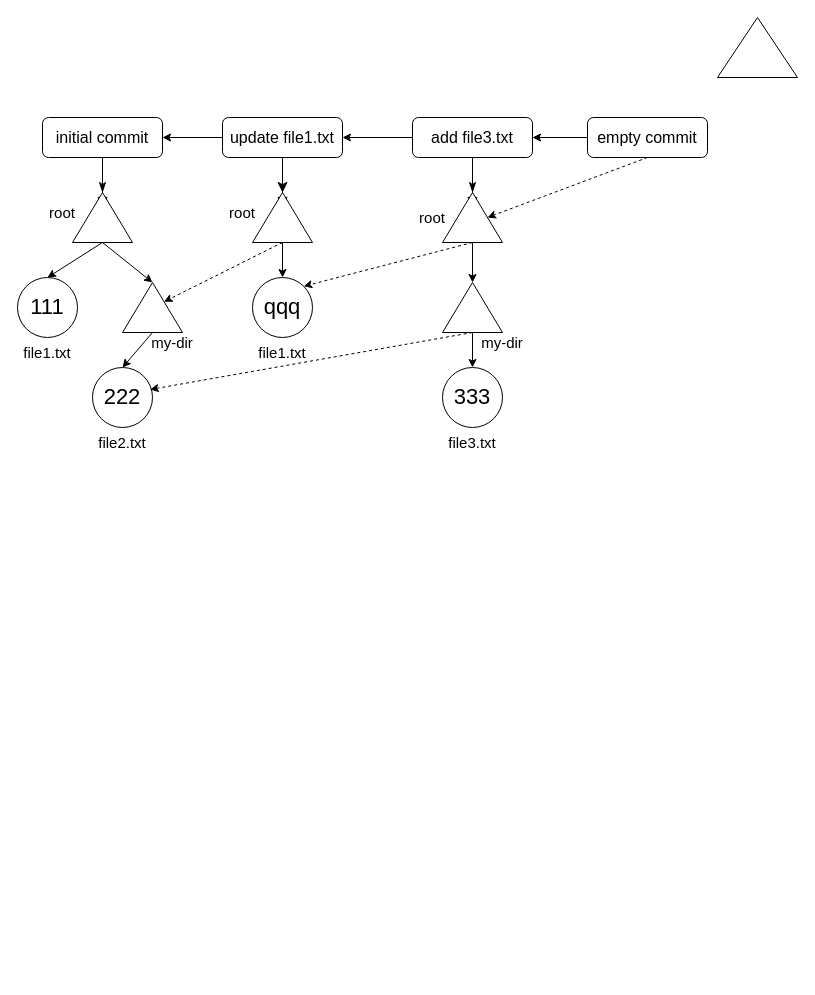
mk-sdev/express-api keeps this draw.io diagram as Diagram bez tytułu.drawio. Above is the earlier version. Source tidied: cells renumbered, new cells numbered last; positions are measured from the earlier drawing's top-left corner, leaving out a move shared by most shapes. Both pictures are drawn from the tidied source at 100%, with x=0, y=0 at pixel (17, 7).
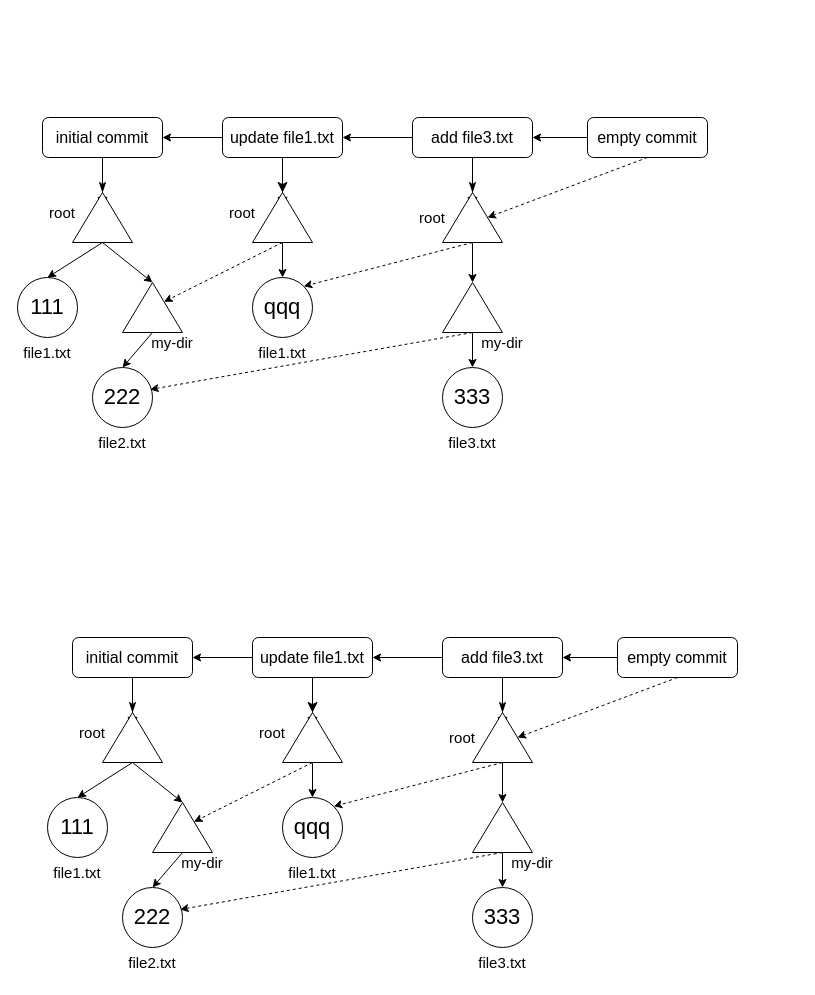
The same page after the edit.

Diff of the diagram source:
```diff
@@
-    <mxCell id="4" style="triangle;whiteSpace=wrap;html=1;rotation=-90;" parent="1" vertex="1">
-      <mxGeometry x="710" width="60" height="80" as="geometry" />
-    </mxCell>
@@
+    <mxCell id="44" style="rounded=0;html=1;jettySize=auto;fontSize=11;endArrow=block;endFill=0;endSize=8;strokeWidth=1;shadow=0;labelBackgroundColor=none;edgeStyle=orthogonalEdgeStyle;" parent="1" edge="1" source="51">
+      <mxGeometry relative="1" as="geometry">
+        <mxPoint x="115" y="720" as="targetPoint" />
+      </mxGeometry>
+    </mxCell>
+    <mxCell id="45" value="&lt;font style=&quot;font-size: 16px;&quot;&gt;initial commit&lt;/font&gt;" style="rounded=1;whiteSpace=wrap;html=1;fontSize=12;glass=0;strokeWidth=1;shadow=0;" parent="1" vertex="1">
+      <mxGeometry x="55" y="630" width="120" height="40" as="geometry" />
+    </mxCell>
+    <mxCell id="46" value="&lt;font style=&quot;font-size: 22px;&quot;&gt;111&lt;/font&gt;" style="ellipse;whiteSpace=wrap;html=1;" parent="1" vertex="1">
+      <mxGeometry x="30" y="790" width="60" height="60" as="geometry" />
+    </mxCell>
+    <mxCell id="47" style="endArrow=classic;html=1;rounded=0;exitX=0;exitY=0.5;exitDx=0;exitDy=0;entryX=0.5;entryY=0;entryDx=0;entryDy=0;" parent="1" edge="1" source="51" target="46">
+      <mxGeometry relative="1" as="geometry" />
+    </mxCell>
+    <mxCell id="48" style="triangle;whiteSpace=wrap;html=1;rotation=-90;" parent="1" vertex="1">
+      <mxGeometry x="140" y="790" width="50" height="60" as="geometry" />
+    </mxCell>
+    <mxCell id="49" value="&lt;font style=&quot;font-size: 22px;&quot;&gt;222&lt;/font&gt;" style="ellipse;whiteSpace=wrap;html=1;" parent="1" vertex="1">
+      <mxGeometry x="105" y="880" width="60" height="60" as="geometry" />
+    </mxCell>
+    <mxCell id="50" style="rounded=0;html=1;jettySize=auto;fontSize=11;endArrow=classicThin;endFill=1;endSize=8;strokeWidth=1;shadow=0;labelBackgroundColor=none;edgeStyle=orthogonalEdgeStyle;" parent="1" edge="1" source="45" target="51">
+      <mxGeometry relative="1" as="geometry" />
+    </mxCell>
+    <mxCell id="51" style="triangle;whiteSpace=wrap;html=1;rotation=-90;" parent="1" vertex="1">
+      <mxGeometry x="90" y="700" width="50" height="60" as="geometry" />
+    </mxCell>
+    <mxCell id="52" style="rounded=0;html=1;jettySize=auto;fontSize=11;endArrow=block;endFill=0;endSize=8;strokeWidth=1;shadow=0;labelBackgroundColor=none;edgeStyle=orthogonalEdgeStyle;" parent="1" edge="1" source="55">
+      <mxGeometry relative="1" as="geometry">
+        <mxPoint x="295" y="720" as="targetPoint" />
+      </mxGeometry>
+    </mxCell>
+    <mxCell id="53" value="&lt;font style=&quot;font-size: 16px;&quot;&gt;update file1.txt&lt;/font&gt;" style="rounded=1;whiteSpace=wrap;html=1;fontSize=12;glass=0;strokeWidth=1;shadow=0;" parent="1" vertex="1">
+      <mxGeometry x="235" y="630" width="120" height="40" as="geometry" />
+    </mxCell>
+    <mxCell id="54" style="rounded=0;html=1;jettySize=auto;fontSize=11;endArrow=classic;endFill=1;endSize=8;strokeWidth=1;shadow=0;labelBackgroundColor=none;edgeStyle=orthogonalEdgeStyle;" parent="1" edge="1" source="53" target="55">
+      <mxGeometry relative="1" as="geometry" />
+    </mxCell>
+    <mxCell id="55" style="triangle;whiteSpace=wrap;html=1;rotation=-90;" parent="1" vertex="1">
+      <mxGeometry x="270" y="700" width="50" height="60" as="geometry" />
+    </mxCell>
+    <mxCell id="56" value="&lt;font style=&quot;font-size: 22px;&quot;&gt;qqq&lt;/font&gt;" style="ellipse;whiteSpace=wrap;html=1;" parent="1" vertex="1">
+      <mxGeometry x="265" y="790" width="60" height="60" as="geometry" />
+    </mxCell>
+    <mxCell id="57" style="rounded=0;html=1;jettySize=auto;fontSize=11;endArrow=block;endFill=0;endSize=8;strokeWidth=1;shadow=0;labelBackgroundColor=none;edgeStyle=orthogonalEdgeStyle;" parent="1" edge="1" source="60">
+      <mxGeometry relative="1" as="geometry">
+        <mxPoint x="485" y="720" as="targetPoint" />
+      </mxGeometry>
+    </mxCell>
+    <mxCell id="58" value="&lt;font style=&quot;font-size: 16px;&quot;&gt;add file3.txt&lt;/font&gt;" style="rounded=1;whiteSpace=wrap;html=1;fontSize=12;glass=0;strokeWidth=1;shadow=0;" parent="1" vertex="1">
+      <mxGeometry x="425" y="630" width="120" height="40" as="geometry" />
+    </mxCell>
+    <mxCell id="59" style="rounded=0;html=1;jettySize=auto;fontSize=11;endArrow=classicThin;endFill=1;endSize=8;strokeWidth=1;shadow=0;labelBackgroundColor=none;edgeStyle=orthogonalEdgeStyle;" parent="1" edge="1" source="58" target="60">
+      <mxGeometry relative="1" as="geometry" />
+    </mxCell>
+    <mxCell id="60" style="triangle;whiteSpace=wrap;html=1;rotation=-90;" parent="1" vertex="1">
+      <mxGeometry x="460" y="700" width="50" height="60" as="geometry" />
+    </mxCell>
+    <mxCell id="61" style="triangle;whiteSpace=wrap;html=1;rotation=-90;" parent="1" vertex="1">
+      <mxGeometry x="460" y="790" width="50" height="60" as="geometry" />
+    </mxCell>
+    <mxCell id="62" value="&lt;span style=&quot;font-size: 22px;&quot;&gt;333&lt;/span&gt;" style="ellipse;whiteSpace=wrap;html=1;" parent="1" vertex="1">
+      <mxGeometry x="455" y="880" width="60" height="60" as="geometry" />
+    </mxCell>
+    <mxCell id="63" style="endArrow=classic;html=1;rounded=0;exitX=0;exitY=0.5;exitDx=0;exitDy=0;entryX=1;entryY=0.5;entryDx=0;entryDy=0;" parent="1" edge="1" source="53" target="45">
+      <mxGeometry relative="1" as="geometry" />
+    </mxCell>
+    <mxCell id="64" style="endArrow=classic;html=1;rounded=0;exitX=0;exitY=0.5;exitDx=0;exitDy=0;entryX=1;entryY=0.5;entryDx=0;entryDy=0;" parent="1" edge="1" source="58" target="53">
+      <mxGeometry relative="1" as="geometry" />
+    </mxCell>
+    <mxCell id="65" style="endArrow=classic;html=1;rounded=0;exitX=0;exitY=0.5;exitDx=0;exitDy=0;entryX=1;entryY=0.5;entryDx=0;entryDy=0;" parent="1" edge="1" source="51" target="48">
+      <mxGeometry relative="1" as="geometry" />
+    </mxCell>
+    <mxCell id="66" style="endArrow=classic;html=1;rounded=0;exitX=0;exitY=0.5;exitDx=0;exitDy=0;entryX=0.5;entryY=0;entryDx=0;entryDy=0;" parent="1" edge="1" source="48" target="49">
+      <mxGeometry relative="1" as="geometry" />
+    </mxCell>
+    <mxCell id="67" style="endArrow=classic;html=1;rounded=0;exitX=0;exitY=0.5;exitDx=0;exitDy=0;entryX=0.5;entryY=0;entryDx=0;entryDy=0;" parent="1" edge="1" source="55" target="56">
+      <mxGeometry relative="1" as="geometry" />
+    </mxCell>
+    <mxCell id="68" style="endArrow=classic;html=1;rounded=0;exitX=0;exitY=0.5;exitDx=0;exitDy=0;entryX=1;entryY=0.5;entryDx=0;entryDy=0;" parent="1" edge="1" source="60" target="61">
+      <mxGeometry relative="1" as="geometry" />
+    </mxCell>
+    <mxCell id="69" style="endArrow=classic;html=1;rounded=0;entryX=0.5;entryY=0;entryDx=0;entryDy=0;exitX=0;exitY=0.5;exitDx=0;exitDy=0;" parent="1" edge="1" source="61" target="62">
+      <mxGeometry relative="1" as="geometry" />
+    </mxCell>
+    <mxCell id="70" style="endArrow=classic;html=1;rounded=0;exitX=0;exitY=0.5;exitDx=0;exitDy=0;dashed=1;" parent="1" edge="1" source="55" target="48">
+      <mxGeometry relative="1" as="geometry" />
+    </mxCell>
+    <mxCell id="71" style="endArrow=classic;html=1;rounded=0;exitX=0;exitY=0.5;exitDx=0;exitDy=0;entryX=1;entryY=0;entryDx=0;entryDy=0;dashed=1;" parent="1" edge="1" source="60" target="56">
+      <mxGeometry relative="1" as="geometry" />
+    </mxCell>
+    <mxCell id="72" style="endArrow=classic;html=1;rounded=0;entryX=0.96;entryY=0.367;entryDx=0;entryDy=0;entryPerimeter=0;dashed=1;exitX=0;exitY=0.5;exitDx=0;exitDy=0;" parent="1" edge="1" source="61" target="49">
+      <mxGeometry relative="1" as="geometry" />
+    </mxCell>
+    <mxCell id="73" value="&lt;font style=&quot;font-size: 16px;&quot;&gt;empty commit&lt;/font&gt;" style="rounded=1;whiteSpace=wrap;html=1;fontSize=12;glass=0;strokeWidth=1;shadow=0;" parent="1" vertex="1">
+      <mxGeometry x="600" y="630" width="120" height="40" as="geometry" />
+    </mxCell>
+    <mxCell id="74" style="endArrow=classic;html=1;rounded=0;entryX=1;entryY=0.5;entryDx=0;entryDy=0;exitX=0;exitY=0.5;exitDx=0;exitDy=0;" parent="1" edge="1" source="73" target="58">
+      <mxGeometry relative="1" as="geometry" />
+    </mxCell>
+    <mxCell id="75" style="endArrow=classic;html=1;rounded=0;exitX=0.5;exitY=1;exitDx=0;exitDy=0;entryX=0.5;entryY=1;entryDx=0;entryDy=0;dashed=1;" parent="1" edge="1" source="73" target="60">
+      <mxGeometry relative="1" as="geometry" />
+    </mxCell>
+    <mxCell id="76" value="&lt;font style=&quot;font-size: 15px;&quot;&gt;file1.txt&lt;/font&gt;" style="text;html=1;align=center;verticalAlign=middle;whiteSpace=wrap;rounded=0;" parent="1" vertex="1">
+      <mxGeometry x="30" y="850" width="60" height="30" as="geometry" />
+    </mxCell>
+    <mxCell id="77" value="&lt;font style=&quot;font-size: 15px;&quot;&gt;file2.txt&lt;/font&gt;" style="text;html=1;align=center;verticalAlign=middle;whiteSpace=wrap;rounded=0;" parent="1" vertex="1">
+      <mxGeometry x="105" y="940" width="60" height="30" as="geometry" />
+    </mxCell>
+    <mxCell id="78" value="&lt;font style=&quot;font-size: 15px;&quot;&gt;file1.txt&lt;/font&gt;" style="text;html=1;align=center;verticalAlign=middle;whiteSpace=wrap;rounded=0;" parent="1" vertex="1">
+      <mxGeometry x="265" y="850" width="60" height="30" as="geometry" />
+    </mxCell>
+    <mxCell id="79" value="&lt;font style=&quot;font-size: 15px;&quot;&gt;file3.txt&lt;/font&gt;" style="text;html=1;align=center;verticalAlign=middle;whiteSpace=wrap;rounded=0;" parent="1" vertex="1">
+      <mxGeometry x="455" y="940" width="60" height="30" as="geometry" />
+    </mxCell>
+    <mxCell id="80" value="&lt;span style=&quot;font-size: 15px;&quot;&gt;my-dir&lt;/span&gt;" style="text;html=1;align=center;verticalAlign=middle;whiteSpace=wrap;rounded=0;" parent="1" vertex="1">
+      <mxGeometry x="140" y="840" width="90" height="30" as="geometry" />
+    </mxCell>
+    <mxCell id="81" value="&lt;span style=&quot;font-size: 15px;&quot;&gt;my-dir&lt;/span&gt;" style="text;html=1;align=center;verticalAlign=middle;whiteSpace=wrap;rounded=0;" parent="1" vertex="1">
+      <mxGeometry x="470" y="840" width="90" height="30" as="geometry" />
+    </mxCell>
+    <mxCell id="82" value="&lt;span style=&quot;font-size: 15px;&quot;&gt;root&lt;/span&gt;" style="text;html=1;align=center;verticalAlign=middle;whiteSpace=wrap;rounded=0;" parent="1" vertex="1">
+      <mxGeometry x="30" y="710" width="90" height="30" as="geometry" />
+    </mxCell>
+    <mxCell id="83" value="&lt;span style=&quot;font-size: 15px;&quot;&gt;root&lt;/span&gt;" style="text;html=1;align=center;verticalAlign=middle;whiteSpace=wrap;rounded=0;" parent="1" vertex="1">
+      <mxGeometry x="210" y="710" width="90" height="30" as="geometry" />
+    </mxCell>
+    <mxCell id="84" value="&lt;span style=&quot;font-size: 15px;&quot;&gt;root&lt;/span&gt;" style="text;html=1;align=center;verticalAlign=middle;whiteSpace=wrap;rounded=0;" parent="1" vertex="1">
+      <mxGeometry x="400" y="715" width="90" height="30" as="geometry" />
+    </mxCell>
```
